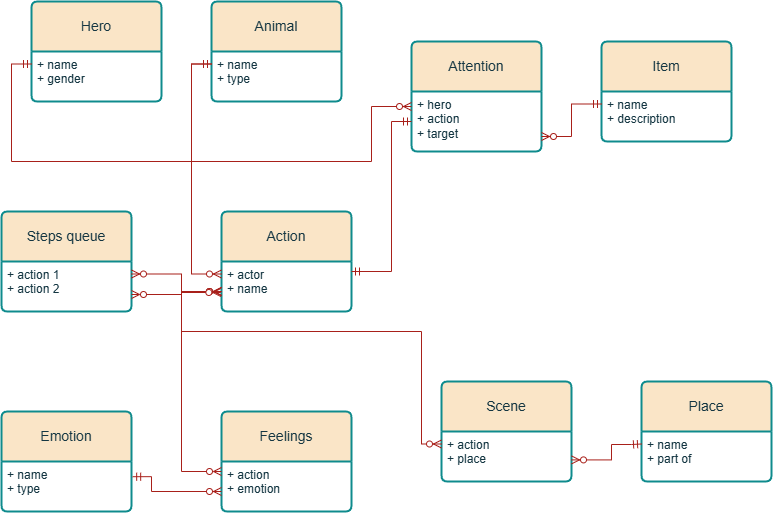
This is Data bases/Lab1/infologic.png from Dmitrylesnoy/ITMO-study-labs, a draw.io export, as it was before one commit. Source tidied: cells renumbered, new cells last; positions are measured from the earlier drawing's top-left corner, leaving out a move shared by most shapes. Its diagram source:
```xml
<mxGraphModel>
  <root>
    <mxCell id="0" />
    <mxCell id="1" parent="0" />
    <mxCell id="2" value="Hero" style="swimlane;horizontal=1;startSize=50;rounded=1;fontSize=14;fontStyle=0;strokeWidth=2;shadow=0;dashed=0;align=center;arcSize=4;whiteSpace=wrap;html=1;labelBackgroundColor=none;fillColor=#FAE5C7;strokeColor=#0F8B8D;fontColor=#143642;" parent="1" vertex="1">
      <mxGeometry x="30" width="130" height="100" as="geometry" />
    </mxCell>
    <mxCell id="3" value="+ name&lt;div&gt;+ gender&lt;/div&gt;" style="align=left;strokeColor=none;fillColor=none;spacingLeft=4;spacingRight=4;fontSize=12;verticalAlign=top;html=1;whiteSpace=wrap;labelBackgroundColor=none;fontColor=#143642;" parent="2" vertex="1">
      <mxGeometry y="50" width="130" height="50" as="geometry" />
    </mxCell>
    <mxCell id="4" value="Animal" style="swimlane;horizontal=1;startSize=50;rounded=1;fontSize=14;fontStyle=0;strokeWidth=2;shadow=0;dashed=0;align=center;arcSize=4;whiteSpace=wrap;html=1;labelBackgroundColor=none;fillColor=#FAE5C7;strokeColor=#0F8B8D;fontColor=#143642;" parent="1" vertex="1">
      <mxGeometry x="210" width="130" height="100" as="geometry" />
    </mxCell>
    <mxCell id="5" value="+ name&lt;div&gt;+ type&lt;/div&gt;" style="align=left;strokeColor=none;fillColor=none;spacingLeft=4;spacingRight=4;fontSize=12;verticalAlign=top;html=1;whiteSpace=wrap;labelBackgroundColor=none;fontColor=#143642;" parent="4" vertex="1">
      <mxGeometry y="50" width="130" height="50" as="geometry" />
    </mxCell>
    <mxCell id="6" value="Item" style="swimlane;horizontal=1;startSize=50;rounded=1;fontSize=14;fontStyle=0;strokeWidth=2;shadow=0;dashed=0;align=center;arcSize=4;whiteSpace=wrap;html=1;labelBackgroundColor=none;fillColor=#FAE5C7;strokeColor=#0F8B8D;fontColor=#143642;" parent="1" vertex="1">
      <mxGeometry x="600" y="40" width="130" height="100" as="geometry" />
    </mxCell>
    <mxCell id="7" value="+ name&lt;div&gt;+ description&lt;/div&gt;" style="align=left;strokeColor=none;fillColor=none;spacingLeft=4;spacingRight=4;fontSize=12;verticalAlign=top;html=1;whiteSpace=wrap;labelBackgroundColor=none;fontColor=#143642;" parent="6" vertex="1">
      <mxGeometry y="50" width="130" height="50" as="geometry" />
    </mxCell>
    <mxCell id="8" value="Place" style="swimlane;horizontal=1;startSize=50;rounded=1;fontSize=14;fontStyle=0;strokeWidth=2;shadow=0;dashed=0;align=center;arcSize=4;whiteSpace=wrap;html=1;labelBackgroundColor=none;fillColor=#FAE5C7;strokeColor=#0F8B8D;fontColor=#143642;" parent="1" vertex="1">
      <mxGeometry x="640" y="380" width="130" height="100" as="geometry" />
    </mxCell>
    <mxCell id="9" value="+ name&lt;div&gt;+ part of&lt;span style=&quot;color: rgba(0, 0, 0, 0); font-family: monospace; font-size: 0px; text-wrap-mode: nowrap; background-color: transparent;&quot;&gt;%3CmxGraphModel%3E%3Croot%3E%3CmxCell%20id%3D%220%22%2F%3E%3CmxCell%20id%3D%221%22%20parent%3D%220%22%2F%3E%3CmxCell%20id%3D%222%22%20value%3D%22Hero%22%20style%3D%22swimlane%3BchildLayout%3DstackLayout%3Bhorizontal%3D1%3BstartSize%3D50%3BhorizontalStack%3D0%3Brounded%3D1%3BfontSize%3D14%3BfontStyle%3D0%3BstrokeWidth%3D2%3BresizeParent%3D0%3BresizeLast%3D1%3Bshadow%3D0%3Bdashed%3D0%3Balign%3Dcenter%3BarcSize%3D4%3BwhiteSpace%3Dwrap%3Bhtml%3D1%3B%22%20vertex%3D%221%22%20parent%3D%221%22%3E%3CmxGeometry%20x%3D%22160%22%20y%3D%22130%22%20width%3D%22130%22%20height%3D%22100%22%20as%3D%22geometry%22%2F%3E%3C%2FmxCell%3E%3CmxCell%20id%3D%223%22%20value%3D%22%2B%20name%26lt%3Bdiv%26gt%3B%2B%20gender%26lt%3B%2Fdiv%26gt%3B%22%20style%3D%22align%3Dleft%3BstrokeColor%3Dnone%3BfillColor%3Dnone%3BspacingLeft%3D4%3BspacingRight%3D4%3BfontSize%3D12%3BverticalAlign%3Dtop%3Bresizable%3D0%3Brotatable%3D0%3Bpart%3D1%3Bhtml%3D1%3BwhiteSpace%3Dwrap%3B%22%20vertex%3D%221%22%20parent%3D%222%22%3E%3CmxGeometry%20y%3D%2250%22%20width%3D%22130%22%20height%3D%2250%22%20as%3D%22geometry%22%2F%3E%3C%2FmxCell%3E%3C%2Froot%3E%3C%2FmxGraphModel%3E&lt;/span&gt;&lt;/div&gt;" style="align=left;strokeColor=none;fillColor=none;spacingLeft=4;spacingRight=4;fontSize=12;verticalAlign=top;html=1;whiteSpace=wrap;labelBackgroundColor=none;fontColor=#143642;" parent="8" vertex="1">
      <mxGeometry y="50" width="130" height="50" as="geometry" />
    </mxCell>
    <mxCell id="10" value="Action" style="swimlane;horizontal=1;startSize=50;rounded=1;fontSize=14;fontStyle=0;strokeWidth=2;shadow=0;dashed=0;align=center;arcSize=4;whiteSpace=wrap;html=1;labelBackgroundColor=none;fillColor=#FAE5C7;strokeColor=#0F8B8D;fontColor=#143642;" parent="1" vertex="1">
      <mxGeometry x="220" y="210" width="130" height="100" as="geometry" />
    </mxCell>
    <mxCell id="11" value="&lt;div&gt;+ actor&lt;/div&gt;&lt;div&gt;+ name&lt;/div&gt;" style="align=left;strokeColor=none;fillColor=none;spacingLeft=4;spacingRight=4;fontSize=12;verticalAlign=top;html=1;whiteSpace=wrap;labelBackgroundColor=none;fontColor=#143642;" parent="10" vertex="1">
      <mxGeometry y="50" width="130" height="50" as="geometry" />
    </mxCell>
    <mxCell id="12" value="Attention" style="swimlane;horizontal=1;startSize=50;rounded=1;fontSize=14;fontStyle=0;strokeWidth=2;shadow=0;dashed=0;align=center;arcSize=4;whiteSpace=wrap;html=1;labelBackgroundColor=none;fillColor=#FAE5C7;strokeColor=#0F8B8D;fontColor=#143642;" parent="1" vertex="1">
      <mxGeometry x="410" y="40" width="130" height="110" as="geometry" />
    </mxCell>
    <mxCell id="13" value="+ hero&lt;div&gt;+ action&lt;br&gt;&lt;div&gt;+ target&lt;/div&gt;&lt;/div&gt;" style="align=left;strokeColor=none;fillColor=none;spacingLeft=4;spacingRight=4;fontSize=12;verticalAlign=top;html=1;whiteSpace=wrap;labelBackgroundColor=none;fontColor=#143642;" parent="12" vertex="1">
      <mxGeometry y="50" width="130" height="60" as="geometry" />
    </mxCell>
    <mxCell id="14" value="Steps queue" style="swimlane;horizontal=1;startSize=50;rounded=1;fontSize=14;fontStyle=0;strokeWidth=2;shadow=0;dashed=0;align=center;arcSize=4;whiteSpace=wrap;html=1;labelBackgroundColor=none;fillColor=#FAE5C7;strokeColor=#0F8B8D;fontColor=#143642;" parent="1" vertex="1">
      <mxGeometry y="210" width="130" height="100" as="geometry" />
    </mxCell>
    <mxCell id="15" value="+ action 1&lt;div&gt;+ action 2&lt;/div&gt;&lt;div&gt;&lt;br&gt;&lt;/div&gt;" style="align=left;strokeColor=none;fillColor=none;spacingLeft=4;spacingRight=4;fontSize=12;verticalAlign=top;html=1;whiteSpace=wrap;labelBackgroundColor=none;fontColor=#143642;" parent="14" vertex="1">
      <mxGeometry y="50" width="130" height="50" as="geometry" />
    </mxCell>
    <mxCell id="16" value="Scene" style="swimlane;horizontal=1;startSize=50;rounded=1;fontSize=14;fontStyle=0;strokeWidth=2;shadow=0;dashed=0;align=center;arcSize=4;whiteSpace=wrap;html=1;labelBackgroundColor=none;fillColor=#FAE5C7;strokeColor=#0F8B8D;fontColor=#143642;" parent="1" vertex="1">
      <mxGeometry x="440" y="380" width="130" height="100" as="geometry" />
    </mxCell>
    <mxCell id="17" value="+ action&lt;div&gt;+ place&lt;/div&gt;" style="align=left;strokeColor=none;fillColor=none;spacingLeft=4;spacingRight=4;fontSize=12;verticalAlign=top;html=1;whiteSpace=wrap;labelBackgroundColor=none;fontColor=#143642;" parent="16" vertex="1">
      <mxGeometry y="50" width="130" height="50" as="geometry" />
    </mxCell>
    <mxCell id="18" value="Feelings" style="swimlane;horizontal=1;startSize=50;rounded=1;fontSize=14;fontStyle=0;strokeWidth=2;shadow=0;dashed=0;align=center;arcSize=4;whiteSpace=wrap;html=1;labelBackgroundColor=none;fillColor=#FAE5C7;strokeColor=#0F8B8D;fontColor=#143642;" parent="1" vertex="1">
      <mxGeometry x="220" y="410" width="130" height="100" as="geometry" />
    </mxCell>
    <mxCell id="19" value="+ action&lt;div&gt;+ emotion&lt;/div&gt;" style="align=left;strokeColor=none;fillColor=none;spacingLeft=4;spacingRight=4;fontSize=12;verticalAlign=top;html=1;whiteSpace=wrap;labelBackgroundColor=none;fontColor=#143642;" parent="18" vertex="1">
      <mxGeometry y="50" width="130" height="50" as="geometry" />
    </mxCell>
    <mxCell id="20" value="Emotion" style="swimlane;horizontal=1;startSize=50;rounded=1;fontSize=14;fontStyle=0;strokeWidth=2;shadow=0;dashed=0;align=center;arcSize=4;whiteSpace=wrap;html=1;labelBackgroundColor=none;fillColor=#FAE5C7;strokeColor=#0F8B8D;fontColor=#143642;" parent="1" vertex="1">
      <mxGeometry y="410" width="130" height="100" as="geometry" />
    </mxCell>
    <mxCell id="21" value="+ name&lt;div&gt;+ type&lt;/div&gt;" style="align=left;strokeColor=none;fillColor=none;spacingLeft=4;spacingRight=4;fontSize=12;verticalAlign=top;html=1;whiteSpace=wrap;labelBackgroundColor=none;fontColor=#143642;" parent="20" vertex="1">
      <mxGeometry y="50" width="130" height="50" as="geometry" />
    </mxCell>
    <mxCell id="22" style="edgeStyle=orthogonalEdgeStyle;fontSize=12;html=1;endArrow=ERzeroToMany;startArrow=ERmandOne;rounded=0;exitX=0;exitY=0.25;exitDx=0;exitDy=0;entryX=1;entryY=0.75;entryDx=0;entryDy=0;labelBackgroundColor=none;strokeColor=#A8201A;fontColor=default;" parent="1" edge="1" source="7" target="13">
      <mxGeometry relative="1" as="geometry" />
    </mxCell>
    <mxCell id="23" style="edgeStyle=orthogonalEdgeStyle;fontSize=12;html=1;endArrow=ERzeroToMany;startArrow=ERmandOne;rounded=0;entryX=0;entryY=0.25;entryDx=0;entryDy=0;exitX=0;exitY=0.25;exitDx=0;exitDy=0;labelBackgroundColor=none;strokeColor=#A8201A;fontColor=default;" parent="1" edge="1" source="5" target="13">
      <mxGeometry relative="1" as="geometry">
        <Array as="points">
          <mxPoint x="190" y="63" />
          <mxPoint x="190" y="160" />
          <mxPoint x="370" y="160" />
          <mxPoint x="370" y="105" />
        </Array>
      </mxGeometry>
    </mxCell>
    <mxCell id="24" style="edgeStyle=orthogonalEdgeStyle;fontSize=12;html=1;endArrow=ERzeroToMany;startArrow=ERmandOne;rounded=0;exitX=0;exitY=0.25;exitDx=0;exitDy=0;entryX=0;entryY=0.25;entryDx=0;entryDy=0;labelBackgroundColor=none;strokeColor=#A8201A;fontColor=default;" parent="1" edge="1" source="5" target="11">
      <mxGeometry relative="1" as="geometry">
        <Array as="points">
          <mxPoint x="190" y="62" />
          <mxPoint x="190" y="272" />
        </Array>
      </mxGeometry>
    </mxCell>
    <mxCell id="25" style="edgeStyle=orthogonalEdgeStyle;fontSize=12;html=1;endArrow=none;startArrow=ERmandOne;rounded=0;exitX=0;exitY=0.25;exitDx=0;exitDy=0;startFill=0;labelBackgroundColor=none;strokeColor=#A8201A;fontColor=default;" parent="1" edge="1" source="3">
      <mxGeometry relative="1" as="geometry">
        <mxPoint x="190" y="270" as="targetPoint" />
        <Array as="points">
          <mxPoint x="10" y="62" />
          <mxPoint x="10" y="160" />
          <mxPoint x="190" y="160" />
        </Array>
      </mxGeometry>
    </mxCell>
    <mxCell id="26" style="edgeStyle=orthogonalEdgeStyle;fontSize=12;html=1;endArrow=ERzeroToMany;startArrow=ERzeroToMany;rounded=0;exitX=0;exitY=0.25;exitDx=0;exitDy=0;startFill=0;labelBackgroundColor=none;strokeColor=#A8201A;fontColor=default;" parent="1" edge="1" source="17">
      <mxGeometry relative="1" as="geometry">
        <mxPoint x="220" y="290" as="targetPoint" />
        <Array as="points">
          <mxPoint x="420" y="443" />
          <mxPoint x="420" y="330" />
          <mxPoint x="180" y="330" />
          <mxPoint x="180" y="290" />
        </Array>
      </mxGeometry>
    </mxCell>
    <mxCell id="27" style="edgeStyle=orthogonalEdgeStyle;fontSize=12;html=1;endArrow=ERmandOne;startArrow=ERzeroToMany;rounded=0;exitX=1;exitY=0.568;exitDx=0;exitDy=0;exitPerimeter=0;entryX=0;entryY=0.25;entryDx=0;entryDy=0;endFill=0;startFill=0;labelBackgroundColor=none;strokeColor=#A8201A;fontColor=default;" parent="1" edge="1" source="17" target="9">
      <mxGeometry relative="1" as="geometry">
        <Array as="points">
          <mxPoint x="610" y="458" />
          <mxPoint x="610" y="443" />
          <mxPoint x="630" y="443" />
        </Array>
      </mxGeometry>
    </mxCell>
    <mxCell id="28" style="edgeStyle=orthogonalEdgeStyle;fontSize=12;html=1;endArrow=ERzeroToMany;startArrow=ERzeroToMany;rounded=0;exitX=0;exitY=0.2;exitDx=0;exitDy=0;exitPerimeter=0;startFill=0;labelBackgroundColor=none;strokeColor=#A8201A;fontColor=default;" parent="1" edge="1" source="19">
      <mxGeometry relative="1" as="geometry">
        <mxPoint x="220" y="290" as="targetPoint" />
        <Array as="points">
          <mxPoint x="180" y="470" />
          <mxPoint x="180" y="290" />
          <mxPoint x="210" y="290" />
        </Array>
      </mxGeometry>
    </mxCell>
    <mxCell id="29" style="edgeStyle=orthogonalEdgeStyle;fontSize=12;html=1;endArrow=ERmandOne;startArrow=ERmandOne;rounded=0;entryX=0;entryY=0.5;entryDx=0;entryDy=0;endFill=0;labelBackgroundColor=none;strokeColor=#A8201A;fontColor=default;" parent="1" edge="1" target="13">
      <mxGeometry relative="1" as="geometry">
        <mxPoint x="350" y="270" as="sourcePoint" />
        <Array as="points">
          <mxPoint x="390" y="270" />
          <mxPoint x="390" y="120" />
        </Array>
      </mxGeometry>
    </mxCell>
    <mxCell id="30" style="edgeStyle=orthogonalEdgeStyle;fontSize=12;html=1;endArrow=ERzeroToMany;startArrow=ERmandOne;rounded=0;exitX=1.009;exitY=0.304;exitDx=0;exitDy=0;exitPerimeter=0;entryX=0;entryY=0.25;entryDx=0;entryDy=0;labelBackgroundColor=none;strokeColor=#A8201A;fontColor=default;" parent="1" edge="1" source="21">
      <mxGeometry relative="1" as="geometry">
        <mxPoint x="220" y="490" as="targetPoint" />
        <Array as="points">
          <mxPoint x="150" y="475" />
          <mxPoint x="150" y="490" />
        </Array>
      </mxGeometry>
    </mxCell>
    <mxCell id="31" style="edgeStyle=orthogonalEdgeStyle;fontSize=12;html=1;endArrow=ERzeroToMany;startArrow=ERzeroToMany;rounded=0;exitX=1;exitY=0.25;exitDx=0;exitDy=0;startFill=0;labelBackgroundColor=none;strokeColor=#A8201A;fontColor=default;" parent="1" edge="1" source="15">
      <mxGeometry relative="1" as="geometry">
        <mxPoint x="220" y="290" as="targetPoint" />
        <Array as="points">
          <mxPoint x="180" y="273" />
          <mxPoint x="180" y="290" />
        </Array>
      </mxGeometry>
    </mxCell>
    <mxCell id="32" style="edgeStyle=orthogonalEdgeStyle;fontSize=12;html=1;endArrow=ERzeroToMany;startArrow=ERzeroToMany;rounded=0;exitX=1;exitY=0.25;exitDx=0;exitDy=0;startFill=0;entryX=-0.005;entryY=0.62;entryDx=0;entryDy=0;entryPerimeter=0;labelBackgroundColor=none;strokeColor=#A8201A;fontColor=default;" parent="1" edge="1" target="11">
      <mxGeometry relative="1" as="geometry">
        <mxPoint x="130" y="293" as="sourcePoint" />
        <Array as="points">
          <mxPoint x="180" y="293" />
          <mxPoint x="180" y="291" />
        </Array>
      </mxGeometry>
    </mxCell>
  </root>
</mxGraphModel>
```
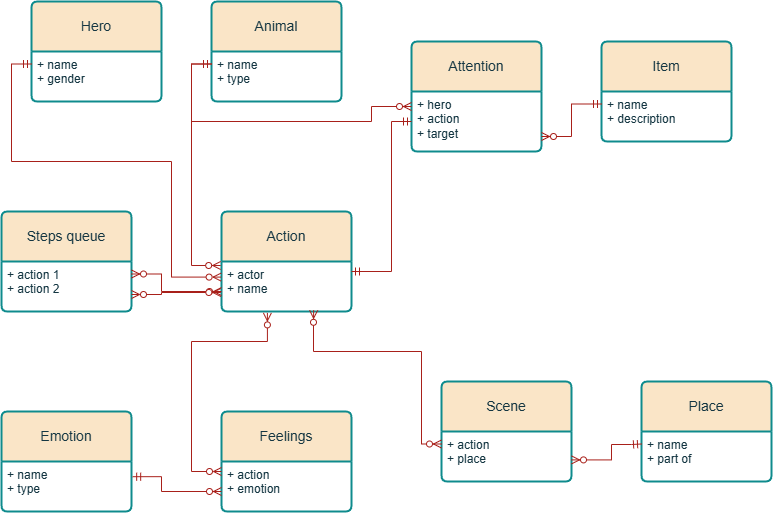
The same diagram one commit later.

What changed in the source:
```diff
@@ -69,38 +69,39 @@
       <mxGeometry relative="1" as="geometry">
         <Array as="points">
           <mxPoint x="190" y="63" />
-          <mxPoint x="190" y="160" />
-          <mxPoint x="370" y="160" />
+          <mxPoint x="190" y="120" />
+          <mxPoint x="370" y="120" />
           <mxPoint x="370" y="105" />
         </Array>
       </mxGeometry>
     </mxCell>
-    <mxCell id="24" style="edgeStyle=orthogonalEdgeStyle;fontSize=12;html=1;endArrow=ERzeroToMany;startArrow=ERmandOne;rounded=0;exitX=0;exitY=0.25;exitDx=0;exitDy=0;entryX=0;entryY=0.25;entryDx=0;entryDy=0;labelBackgroundColor=none;strokeColor=#A8201A;fontColor=default;" parent="1" edge="1" source="5" target="11">
+    <mxCell id="24" style="edgeStyle=orthogonalEdgeStyle;fontSize=12;html=1;endArrow=ERzeroToMany;startArrow=ERmandOne;rounded=0;exitX=0;exitY=0.25;exitDx=0;exitDy=0;entryX=-0.006;entryY=0.07;entryDx=0;entryDy=0;labelBackgroundColor=none;strokeColor=#A8201A;fontColor=default;entryPerimeter=0;" parent="1" edge="1" source="5" target="11">
       <mxGeometry relative="1" as="geometry">
         <Array as="points">
-          <mxPoint x="190" y="62" />
-          <mxPoint x="190" y="272" />
+          <mxPoint x="190" y="63" />
+          <mxPoint x="190" y="264" />
+          <mxPoint x="219" y="264" />
         </Array>
       </mxGeometry>
     </mxCell>
-    <mxCell id="25" style="edgeStyle=orthogonalEdgeStyle;fontSize=12;html=1;endArrow=none;startArrow=ERmandOne;rounded=0;exitX=0;exitY=0.25;exitDx=0;exitDy=0;startFill=0;labelBackgroundColor=none;strokeColor=#A8201A;fontColor=default;" parent="1" edge="1" source="3">
+    <mxCell id="25" style="edgeStyle=orthogonalEdgeStyle;fontSize=12;html=1;endArrow=ERzeroToMany;startArrow=ERmandOne;rounded=0;exitX=0;exitY=0.25;exitDx=0;exitDy=0;startFill=0;labelBackgroundColor=none;strokeColor=#A8201A;fontColor=default;entryX=-0.003;entryY=0.312;entryDx=0;entryDy=0;entryPerimeter=0;endFill=0;" parent="1" edge="1" source="3" target="11">
       <mxGeometry relative="1" as="geometry">
-        <mxPoint x="190" y="270" as="targetPoint" />
         <Array as="points">
-          <mxPoint x="10" y="62" />
+          <mxPoint x="10" y="63" />
           <mxPoint x="10" y="160" />
-          <mxPoint x="190" y="160" />
+          <mxPoint x="170" y="160" />
+          <mxPoint x="170" y="276" />
         </Array>
       </mxGeometry>
     </mxCell>
-    <mxCell id="26" style="edgeStyle=orthogonalEdgeStyle;fontSize=12;html=1;endArrow=ERzeroToMany;startArrow=ERzeroToMany;rounded=0;exitX=0;exitY=0.25;exitDx=0;exitDy=0;startFill=0;labelBackgroundColor=none;strokeColor=#A8201A;fontColor=default;" parent="1" edge="1" source="17">
+    <mxCell id="26" style="edgeStyle=orthogonalEdgeStyle;fontSize=12;html=1;endArrow=ERzeroToMany;startArrow=ERzeroToMany;rounded=0;exitX=0;exitY=0.25;exitDx=0;exitDy=0;startFill=0;labelBackgroundColor=none;strokeColor=#A8201A;fontColor=default;entryX=0.709;entryY=0.976;entryDx=0;entryDy=0;entryPerimeter=0;" parent="1" edge="1" source="17" target="11">
       <mxGeometry relative="1" as="geometry">
-        <mxPoint x="220" y="290" as="targetPoint" />
         <Array as="points">
           <mxPoint x="420" y="443" />
-          <mxPoint x="420" y="330" />
-          <mxPoint x="180" y="330" />
-          <mxPoint x="180" y="290" />
+          <mxPoint x="420" y="350" />
+          <mxPoint x="312" y="350" />
+          <mxPoint x="312" y="320" />
+          <mxPoint x="312" y="320" />
         </Array>
       </mxGeometry>
     </mxCell>
@@ -113,13 +114,12 @@
         </Array>
       </mxGeometry>
     </mxCell>
-    <mxCell id="28" style="edgeStyle=orthogonalEdgeStyle;fontSize=12;html=1;endArrow=ERzeroToMany;startArrow=ERzeroToMany;rounded=0;exitX=0;exitY=0.2;exitDx=0;exitDy=0;exitPerimeter=0;startFill=0;labelBackgroundColor=none;strokeColor=#A8201A;fontColor=default;" parent="1" edge="1" source="19">
+    <mxCell id="28" style="edgeStyle=orthogonalEdgeStyle;fontSize=12;html=1;endArrow=ERzeroToMany;startArrow=ERzeroToMany;rounded=0;exitX=0;exitY=0.2;exitDx=0;exitDy=0;exitPerimeter=0;startFill=0;labelBackgroundColor=none;strokeColor=#A8201A;fontColor=default;entryX=0.353;entryY=1.028;entryDx=0;entryDy=0;entryPerimeter=0;" parent="1" edge="1" source="19" target="11">
       <mxGeometry relative="1" as="geometry">
-        <mxPoint x="220" y="290" as="targetPoint" />
         <Array as="points">
-          <mxPoint x="180" y="470" />
-          <mxPoint x="180" y="290" />
-          <mxPoint x="210" y="290" />
+          <mxPoint x="190" y="470" />
+          <mxPoint x="190" y="340" />
+          <mxPoint x="266" y="340" />
         </Array>
       </mxGeometry>
     </mxCell>
@@ -136,8 +136,8 @@
       <mxGeometry relative="1" as="geometry">
         <mxPoint x="220" y="490" as="targetPoint" />
         <Array as="points">
-          <mxPoint x="150" y="475" />
-          <mxPoint x="150" y="490" />
+          <mxPoint x="160" y="475" />
+          <mxPoint x="160" y="490" />
         </Array>
       </mxGeometry>
     </mxCell>
@@ -145,8 +145,8 @@
       <mxGeometry relative="1" as="geometry">
         <mxPoint x="220" y="290" as="targetPoint" />
         <Array as="points">
-          <mxPoint x="180" y="273" />
-          <mxPoint x="180" y="290" />
+          <mxPoint x="160" y="273" />
+          <mxPoint x="160" y="290" />
         </Array>
       </mxGeometry>
     </mxCell>
@@ -154,8 +154,8 @@
       <mxGeometry relative="1" as="geometry">
         <mxPoint x="130" y="293" as="sourcePoint" />
         <Array as="points">
-          <mxPoint x="180" y="293" />
-          <mxPoint x="180" y="291" />
+          <mxPoint x="160" y="293" />
+          <mxPoint x="160" y="291" />
         </Array>
       </mxGeometry>
     </mxCell>
```
